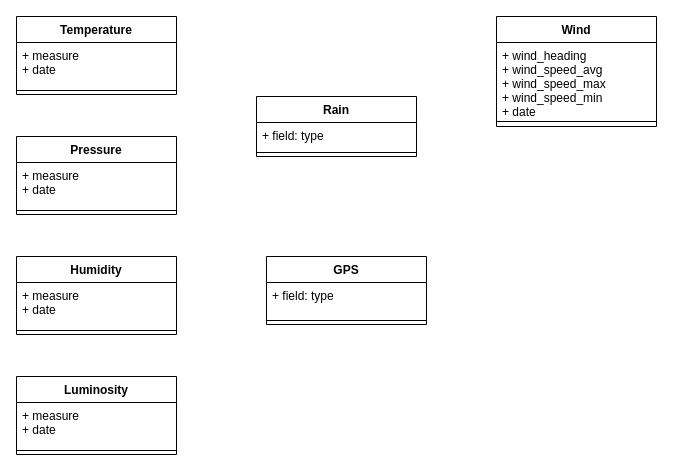
Above: BDDArchitecture.drawio in ThomasDBM/Station_M-t-o (draw.io), before the change. Source tidied: cells renumbered, new cells numbered last; positions are measured from the earlier drawing's top-left corner, leaving out a move shared by most shapes. Both pictures are drawn from the tidied source at 100%, with x=0, y=0 at pixel (16, 16).
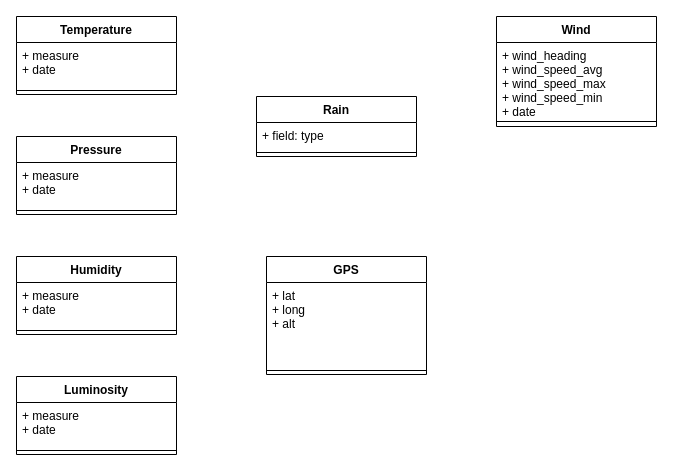
The same page after the edit.

Diff of the diagram source:
```diff
@@
     <mxCell id="20" value="GPS" style="swimlane;fontStyle=1;align=center;verticalAlign=top;horizontal=1;startSize=26;" parent="1" vertex="1">
-      <mxGeometry x="250" y="240" width="160" height="68" as="geometry" />
+      <mxGeometry x="250" y="240" width="160" height="118" as="geometry" />
     </mxCell>
-    <mxCell id="21" value="+ field: type" style="text;strokeColor=none;fillColor=none;align=left;verticalAlign=top;spacingLeft=4;spacingRight=4;overflow=hidden;" parent="20" vertex="1">
-      <mxGeometry y="26" width="160" height="34" as="geometry" />
+    <mxCell id="21" value="+ lat&#10;+ long&#10;+ alt" style="text;strokeColor=none;fillColor=none;align=left;verticalAlign=top;spacingLeft=4;spacingRight=4;overflow=hidden;" parent="20" vertex="1">
+      <mxGeometry y="26" width="160" height="84" as="geometry" />
     </mxCell>
     <mxCell id="22" style="line;strokeWidth=1;fillColor=none;align=left;verticalAlign=middle;spacingTop=-1;spacingLeft=3;spacingRight=3;labelPosition=right;" parent="20" vertex="1">
-      <mxGeometry y="60" width="160" height="8" as="geometry" />
+      <mxGeometry y="110" width="160" height="8" as="geometry" />
     </mxCell>
```
